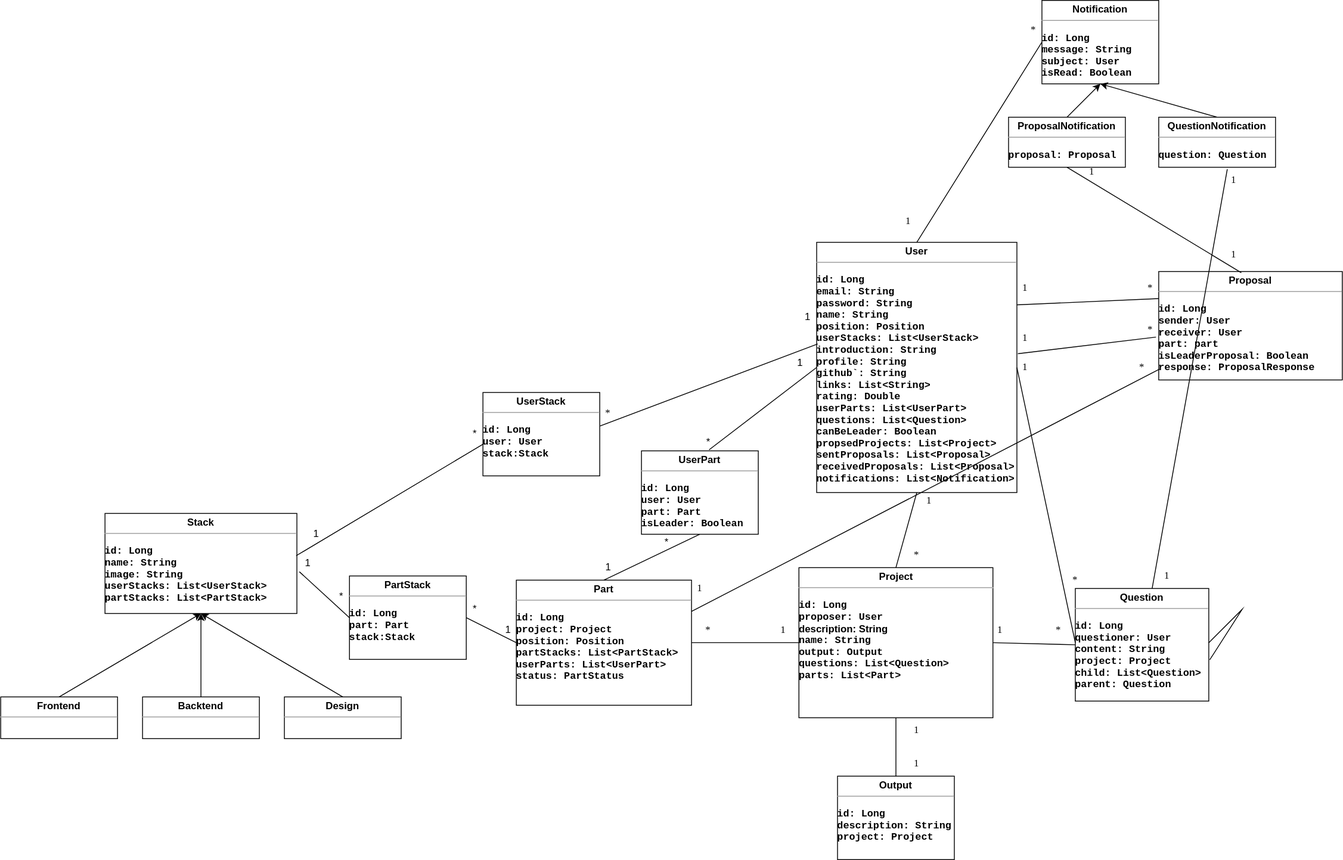
zelo0/cruit keeps this draw.io diagram as entity_diagram.drawio.svg. Above is the earlier version. Source tidied: cells renumbered, new cells last; positions are measured from the earlier drawing's top-left corner, leaving out a move shared by most shapes.
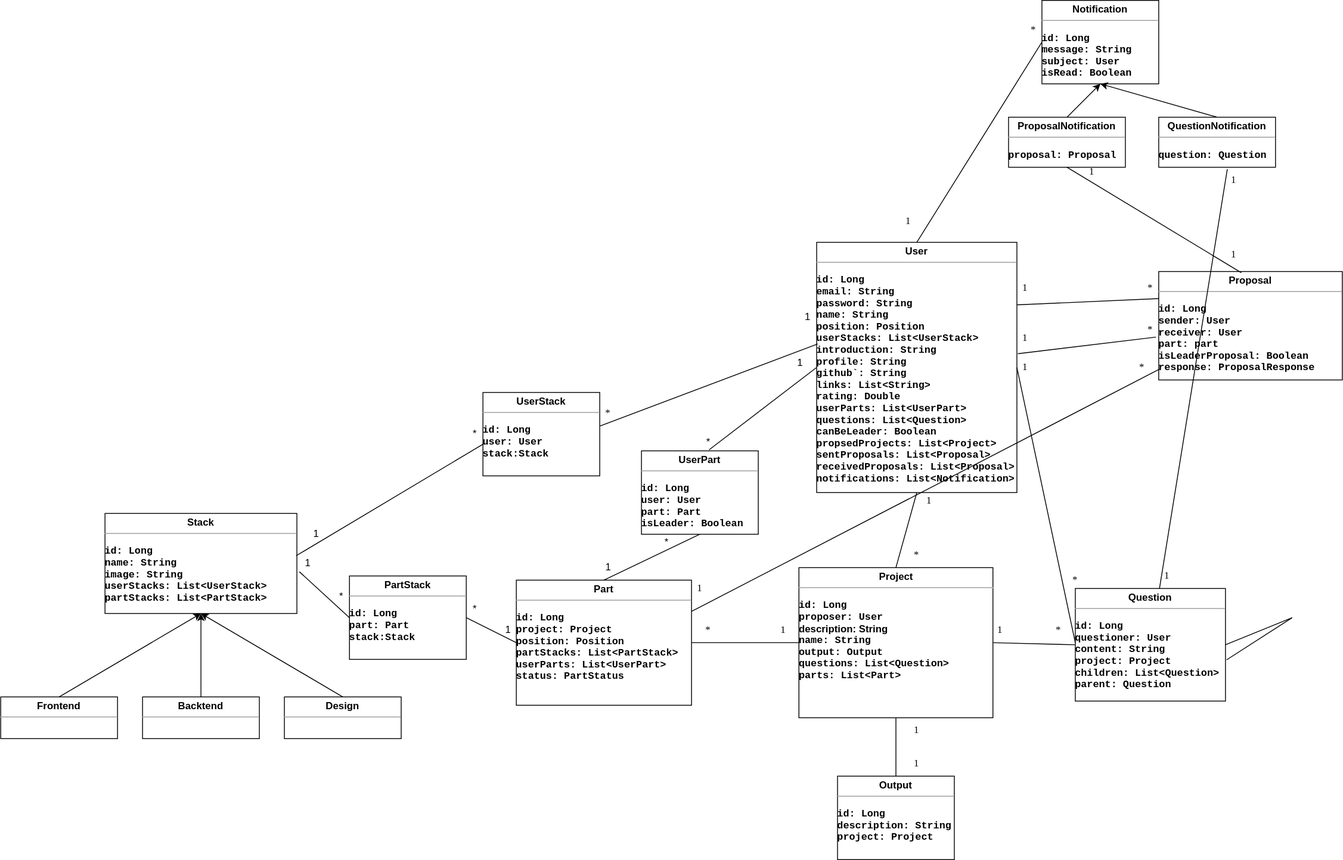
Later version of the same file.

Commit message:
Question의 child -> children rename

What changed in the source:
```diff
@@ -17,8 +17,8 @@
     <mxCell id="6" value="*" style="text;html=1;strokeColor=none;fillColor=none;align=center;verticalAlign=middle;whiteSpace=wrap;rounded=0;labelBackgroundColor=none;labelBorderColor=none;sketch=0;fontFamily=Verdana;fontSize=12;" parent="1" vertex="1">
       <mxGeometry x="1068" y="650" width="60" height="30" as="geometry" />
     </mxCell>
-    <mxCell id="7" value="&lt;p style=&quot;margin: 0px ; margin-top: 4px ; text-align: center&quot;&gt;&lt;b&gt;Question&lt;/b&gt;&lt;/p&gt;&lt;hr size=&quot;1&quot;&gt;&lt;p&gt;&lt;/p&gt;&lt;pre style=&quot;height: 2px ; line-height: 1.5&quot;&gt;&lt;b&gt;id: Long&lt;/b&gt;&lt;/pre&gt;&lt;pre style=&quot;height: 2px ; line-height: 1.5&quot;&gt;&lt;b&gt;questioner: User&lt;/b&gt;&lt;/pre&gt;&lt;pre style=&quot;height: 2px ; line-height: 1.5&quot;&gt;&lt;b&gt;content: String&lt;/b&gt;&lt;/pre&gt;&lt;pre style=&quot;height: 2px ; line-height: 1.5&quot;&gt;&lt;b&gt;project: Project&lt;/b&gt;&lt;/pre&gt;&lt;pre style=&quot;height: 2px ; line-height: 1.5&quot;&gt;&lt;b&gt;child: List&amp;lt;Question&amp;gt;&lt;/b&gt;&lt;/pre&gt;&lt;pre style=&quot;height: 2px ; line-height: 1.5&quot;&gt;&lt;b&gt;parent: Question&lt;/b&gt;&lt;/pre&gt;&lt;p&gt;&lt;/p&gt;" style="verticalAlign=top;align=left;overflow=fill;fontSize=12;fontFamily=Helvetica;html=1;" parent="1" vertex="1">
-      <mxGeometry x="1288" y="705" width="160" height="135" as="geometry" />
+    <mxCell id="7" value="&lt;p style=&quot;margin: 0px ; margin-top: 4px ; text-align: center&quot;&gt;&lt;b&gt;Question&lt;/b&gt;&lt;/p&gt;&lt;hr size=&quot;1&quot;&gt;&lt;p&gt;&lt;/p&gt;&lt;pre style=&quot;height: 2px ; line-height: 1.5&quot;&gt;&lt;b&gt;id: Long&lt;/b&gt;&lt;/pre&gt;&lt;pre style=&quot;height: 2px ; line-height: 1.5&quot;&gt;&lt;b&gt;questioner: User&lt;/b&gt;&lt;/pre&gt;&lt;pre style=&quot;height: 2px ; line-height: 1.5&quot;&gt;&lt;b&gt;content: String&lt;/b&gt;&lt;/pre&gt;&lt;pre style=&quot;height: 2px ; line-height: 1.5&quot;&gt;&lt;b&gt;project: Project&lt;/b&gt;&lt;/pre&gt;&lt;pre style=&quot;height: 2px ; line-height: 1.5&quot;&gt;&lt;b&gt;children: List&amp;lt;Question&amp;gt;&lt;/b&gt;&lt;/pre&gt;&lt;pre style=&quot;height: 2px ; line-height: 1.5&quot;&gt;&lt;b&gt;parent: Question&lt;/b&gt;&lt;/pre&gt;&lt;p&gt;&lt;/p&gt;" style="verticalAlign=top;align=left;overflow=fill;fontSize=12;fontFamily=Helvetica;html=1;" parent="1" vertex="1">
+      <mxGeometry x="1288" y="705" width="180" height="135" as="geometry" />
     </mxCell>
     <mxCell id="8" style="endArrow=none;html=1;rounded=0;fontFamily=Verdana;fontSize=12;exitX=1;exitY=0.5;exitDx=0;exitDy=0;entryX=0;entryY=0.5;entryDx=0;entryDy=0;" parent="1" edge="1" source="3" target="7">
       <mxGeometry relative="1" as="geometry" />
@@ -40,11 +40,10 @@
     <mxCell id="13" value="1" style="text;html=1;strokeColor=none;fillColor=none;align=center;verticalAlign=middle;whiteSpace=wrap;rounded=0;labelBackgroundColor=none;labelBorderColor=none;sketch=0;fontFamily=Verdana;fontSize=12;" parent="1" vertex="1">
       <mxGeometry x="1168" y="740" width="60" height="30" as="geometry" />
     </mxCell>
-    <mxCell id="14" style="endArrow=none;html=1;rounded=0;fontFamily=Verdana;fontSize=12;entryX=1.007;entryY=0.634;entryDx=0;entryDy=0;entryPerimeter=0;" parent="1" edge="1" target="7">
+    <mxCell id="14" style="endArrow=none;html=1;rounded=0;fontFamily=Verdana;fontSize=12;entryX=1.007;entryY=0.634;entryDx=0;entryDy=0;entryPerimeter=0;exitX=1;exitY=0.5;exitDx=0;exitDy=0;" parent="1" edge="1" source="7" target="7">
       <mxGeometry relative="1" as="geometry">
-        <mxPoint x="1448" y="770" as="sourcePoint" />
         <Array as="points">
-          <mxPoint x="1488" y="730" />
+          <mxPoint x="1548" y="740" />
         </Array>
       </mxGeometry>
     </mxCell>
```
